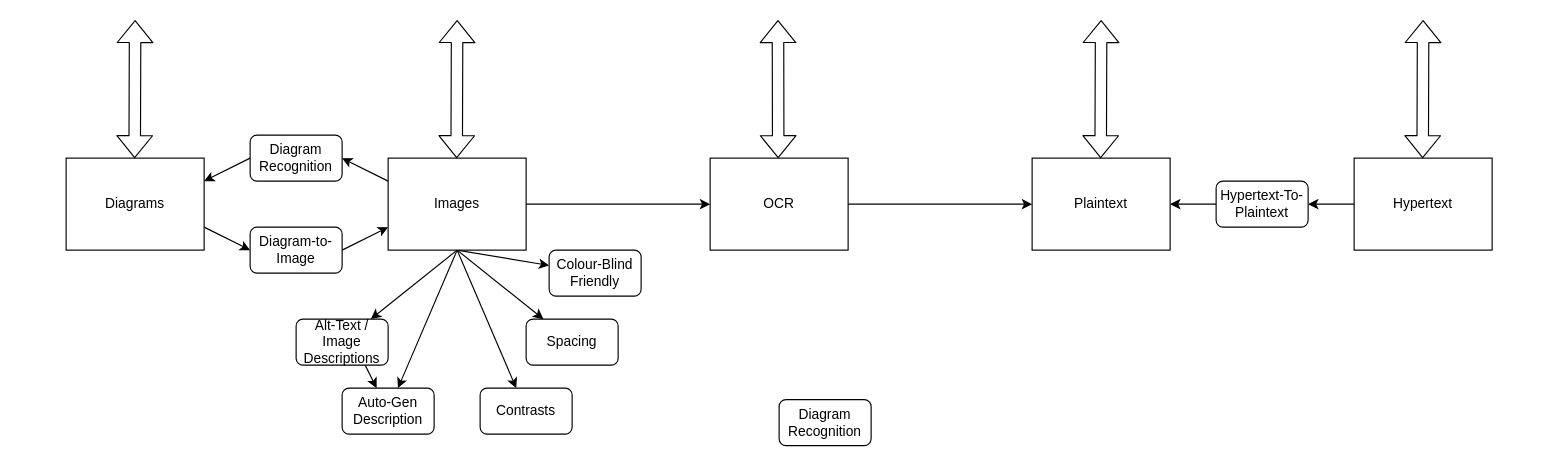
Before: page "API" (3 of 4) of Primary Diagrams.drawio in nightmarlin/socia11y, a draw.io diagram. Source tidied: cells renumbered, new cells numbered last; positions are measured from the earlier drawing's top-left corner, leaving out a move shared by most shapes. Both pictures are drawn from the tidied source at 115%, with x=0, y=0 at pixel (66, 20).
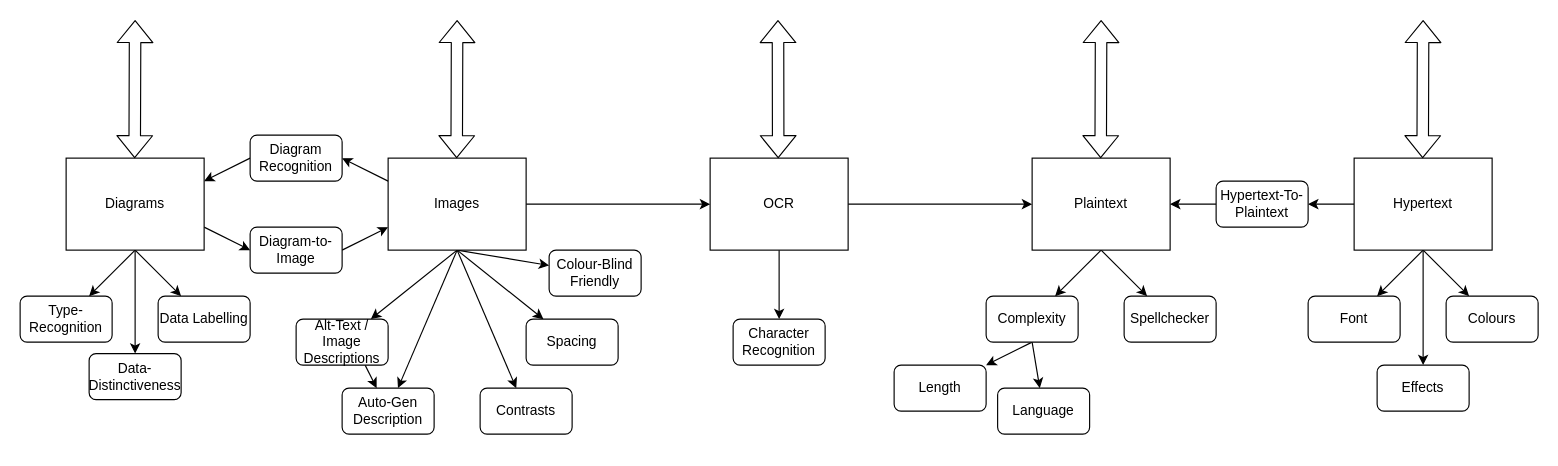
The same page after the edit.

Unchanged cells that the change refers to:
```xml
<mxCell id="10" value="Plaintext" style="rounded=0;whiteSpace=wrap;html=1;" parent="1" vertex="1">
  <mxGeometry x="840" y="120" width="120" height="80" as="geometry" />
</mxCell>
<mxCell id="20" value="Hypertext" style="rounded=0;whiteSpace=wrap;html=1;" parent="1" vertex="1">
  <mxGeometry x="1120" y="120" width="120" height="80" as="geometry" />
</mxCell>
<mxCell id="22" value="OCR" style="rounded=0;whiteSpace=wrap;html=1;" parent="1" vertex="1">
  <mxGeometry x="560" y="120" width="120" height="80" as="geometry" />
</mxCell>
<mxCell id="25" value="Diagrams" style="rounded=0;whiteSpace=wrap;html=1;" parent="1" vertex="1">
  <mxGeometry y="120" width="120" height="80" as="geometry" />
</mxCell>
```

What changed in the source:
```diff
@@
+    <mxCell id="35" style="edgeStyle=none;rounded=0;jettySize=auto;html=1;exitX=0.5;exitY=1;exitDx=0;exitDy=0;" parent="1" edge="1" source="10" target="49">
+      <mxGeometry relative="1" as="geometry" />
+    </mxCell>
+    <mxCell id="36" style="edgeStyle=none;rounded=0;jettySize=auto;html=1;exitX=0.5;exitY=1;exitDx=0;exitDy=0;" parent="1" edge="1" source="10" target="52">
+      <mxGeometry relative="1" as="geometry" />
+    </mxCell>
@@
+    <mxCell id="37" style="edgeStyle=none;rounded=0;jettySize=auto;html=1;exitX=0.5;exitY=1;exitDx=0;exitDy=0;" parent="1" edge="1" source="20" target="53">
+      <mxGeometry relative="1" as="geometry" />
+    </mxCell>
+    <mxCell id="38" style="edgeStyle=none;rounded=0;jettySize=auto;html=1;exitX=0.5;exitY=1;exitDx=0;exitDy=0;" parent="1" edge="1" source="20" target="54">
+      <mxGeometry relative="1" as="geometry" />
+    </mxCell>
+    <mxCell id="39" style="edgeStyle=none;rounded=0;jettySize=auto;html=1;exitX=0.5;exitY=1;exitDx=0;exitDy=0;" parent="1" edge="1" source="20" target="55">
+      <mxGeometry relative="1" as="geometry" />
+    </mxCell>
@@
+    <mxCell id="40" style="edgeStyle=none;rounded=0;jettySize=auto;html=1;exitX=0.5;exitY=1;exitDx=0;exitDy=0;entryX=0.5;entryY=0;entryDx=0;entryDy=0;" parent="1" edge="1" source="22" target="23">
+      <mxGeometry relative="1" as="geometry" />
+    </mxCell>
@@
-    <mxCell id="23" value="Diagram Recognition" style="rounded=1;whiteSpace=wrap;html=1;" parent="1" vertex="1">
-      <mxGeometry x="620" y="330" width="80" height="40" as="geometry" />
+    <mxCell id="23" value="Character Recognition" style="rounded=1;whiteSpace=wrap;html=1;" parent="1" vertex="1">
+      <mxGeometry x="580" y="260" width="80" height="40" as="geometry" />
     </mxCell>
@@
+    <mxCell id="41" style="edgeStyle=none;rounded=0;jettySize=auto;html=1;exitX=0.5;exitY=1;exitDx=0;exitDy=0;" parent="1" edge="1" source="25" target="44">
+      <mxGeometry relative="1" as="geometry" />
+    </mxCell>
+    <mxCell id="42" style="edgeStyle=none;rounded=0;jettySize=auto;html=1;exitX=0.5;exitY=1;exitDx=0;exitDy=0;" parent="1" edge="1" source="25" target="45">
+      <mxGeometry relative="1" as="geometry" />
+    </mxCell>
+    <mxCell id="43" style="edgeStyle=none;rounded=0;jettySize=auto;html=1;exitX=0.5;exitY=1;exitDx=0;exitDy=0;" parent="1" edge="1" source="25" target="46">
+      <mxGeometry relative="1" as="geometry" />
+    </mxCell>
@@
+    <mxCell id="44" value="Data-Distinctiveness" style="rounded=1;whiteSpace=wrap;html=1;" parent="1" vertex="1">
+      <mxGeometry x="20" y="290" width="80" height="40" as="geometry" />
+    </mxCell>
+    <mxCell id="45" value="Data Labelling" style="rounded=1;whiteSpace=wrap;html=1;" parent="1" vertex="1">
+      <mxGeometry x="80" y="240" width="80" height="40" as="geometry" />
+    </mxCell>
+    <mxCell id="46" value="Type-Recognition" style="rounded=1;whiteSpace=wrap;html=1;" parent="1" vertex="1">
+      <mxGeometry x="-40" y="240" width="80" height="40" as="geometry" />
+    </mxCell>
+    <mxCell id="47" style="edgeStyle=none;rounded=0;jettySize=auto;html=1;exitX=0.5;exitY=1;exitDx=0;exitDy=0;" parent="1" edge="1" source="49" target="50">
+      <mxGeometry relative="1" as="geometry" />
+    </mxCell>
+    <mxCell id="48" style="edgeStyle=none;rounded=0;jettySize=auto;html=1;exitX=0.5;exitY=1;exitDx=0;exitDy=0;" parent="1" edge="1" source="49" target="51">
+      <mxGeometry relative="1" as="geometry" />
+    </mxCell>
+    <mxCell id="49" value="Complexity" style="rounded=1;whiteSpace=wrap;html=1;" parent="1" vertex="1">
+      <mxGeometry x="800" y="240" width="80" height="40" as="geometry" />
+    </mxCell>
+    <mxCell id="50" value="Language" style="rounded=1;whiteSpace=wrap;html=1;" parent="1" vertex="1">
+      <mxGeometry x="810" y="320" width="80" height="40" as="geometry" />
+    </mxCell>
+    <mxCell id="51" value="Length" style="rounded=1;whiteSpace=wrap;html=1;" parent="1" vertex="1">
+      <mxGeometry x="720" y="300" width="80" height="40" as="geometry" />
+    </mxCell>
+    <mxCell id="52" value="Spellchecker" style="rounded=1;whiteSpace=wrap;html=1;" parent="1" vertex="1">
+      <mxGeometry x="920" y="240" width="80" height="40" as="geometry" />
+    </mxCell>
+    <mxCell id="53" value="Font" style="rounded=1;whiteSpace=wrap;html=1;" parent="1" vertex="1">
+      <mxGeometry x="1080" y="240" width="80" height="40" as="geometry" />
+    </mxCell>
+    <mxCell id="54" value="Colours" style="rounded=1;whiteSpace=wrap;html=1;" parent="1" vertex="1">
+      <mxGeometry x="1200" y="240" width="80" height="40" as="geometry" />
+    </mxCell>
+    <mxCell id="55" value="Effects" style="rounded=1;whiteSpace=wrap;html=1;" parent="1" vertex="1">
+      <mxGeometry x="1140" y="300" width="80" height="40" as="geometry" />
+    </mxCell>
```
